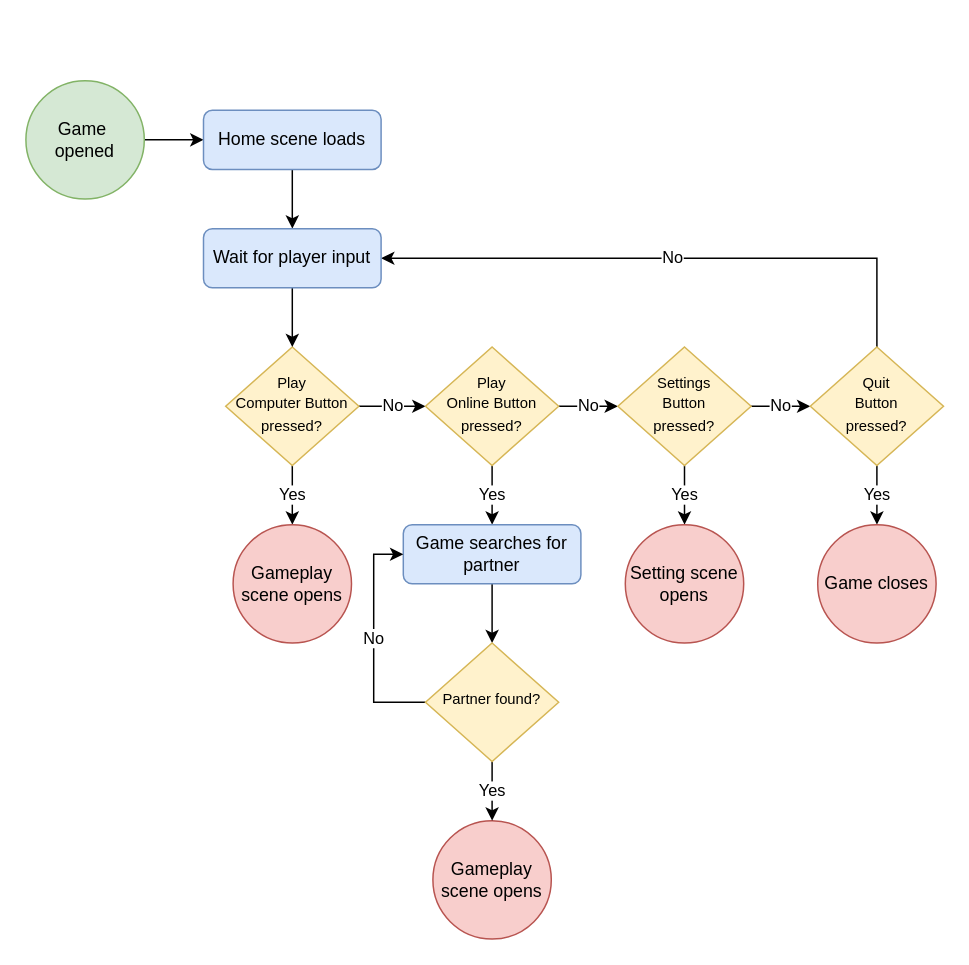
Earlier version of the draw.io diagram FindPlayerScene.drawio (zkturman/TiltaPong). Source tidied: cells renumbered, new cells numbered last; positions are measured from the earlier drawing's top-left corner, leaving out a move shared by most shapes. Both pictures are drawn from the tidied source at 148%, with x=0, y=0 at pixel (25, 80).
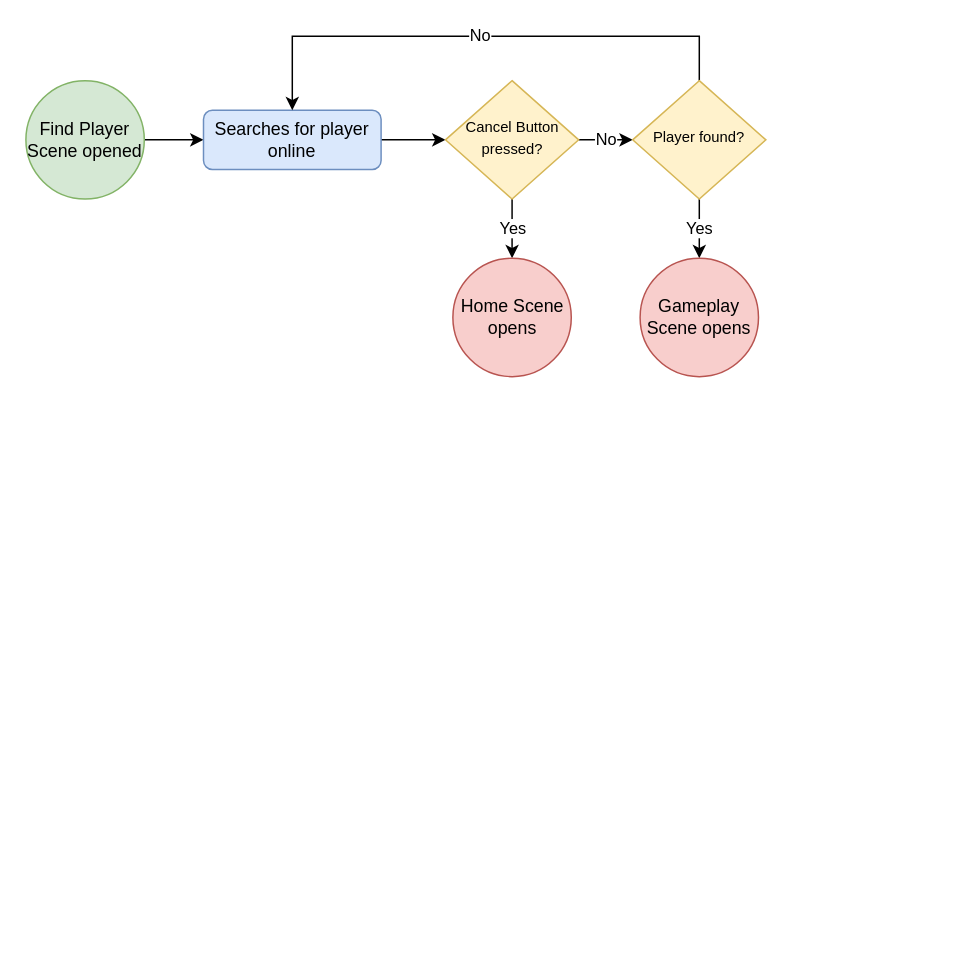
After the change.

Change to the diagram source:
```diff
@@
-    <mxCell id="2" value="No" style="edgeStyle=orthogonalEdgeStyle;rounded=0;jettySize=auto;html=1;exitX=1;exitY=0.5;exitDx=0;exitDy=0;entryX=0;entryY=0.5;entryDx=0;entryDy=0;" parent="1" edge="1" source="4" target="9">
-      <mxGeometry relative="1" as="geometry" />
-    </mxCell>
-    <mxCell id="3" value="Yes" style="edgeStyle=orthogonalEdgeStyle;rounded=0;jettySize=auto;html=1;exitX=0.5;exitY=1;exitDx=0;exitDy=0;entryX=0.5;entryY=0;entryDx=0;entryDy=0;" parent="1" edge="1" source="4" target="26">
-      <mxGeometry relative="1" as="geometry" />
-    </mxCell>
-    <mxCell id="4" value="&lt;font style=&quot;font-size: 10px&quot;&gt;Play &lt;br&gt;Computer Button pressed?&lt;/font&gt;" style="rhombus;whiteSpace=wrap;html=1;shadow=0;fontFamily=Helvetica;fontSize=12;align=center;strokeWidth=1;spacing=6;spacingTop=-4;fillColor=#fff2cc;strokeColor=#d6b656;" parent="1" vertex="1">
-      <mxGeometry x="135" y="180" width="90" height="80" as="geometry" />
-    </mxCell>
@@
-    <mxCell id="6" value="Game&amp;nbsp;&lt;br&gt;opened" style="ellipse;whiteSpace=wrap;html=1;fillColor=#d5e8d4;strokeColor=#82b366;" parent="1" vertex="1">
+    <mxCell id="6" value="Find Player Scene opened" style="ellipse;whiteSpace=wrap;html=1;fillColor=#d5e8d4;strokeColor=#82b366;" parent="1" vertex="1">
       <mxGeometry width="80" height="80" as="geometry" />
     </mxCell>
-    <mxCell id="7" value="No" style="edgeStyle=orthogonalEdgeStyle;rounded=0;jettySize=auto;html=1;exitX=1;exitY=0.5;exitDx=0;exitDy=0;entryX=0;entryY=0.5;entryDx=0;entryDy=0;" parent="1" edge="1" source="9" target="12">
-      <mxGeometry relative="1" as="geometry" />
-    </mxCell>
-    <mxCell id="8" value="Yes" style="edgeStyle=orthogonalEdgeStyle;rounded=0;jettySize=auto;html=1;exitX=0.5;exitY=1;exitDx=0;exitDy=0;" parent="1" edge="1" source="9" target="22">
-      <mxGeometry relative="1" as="geometry" />
-    </mxCell>
-    <mxCell id="9" value="&lt;font style=&quot;font-size: 10px&quot;&gt;Play &lt;br&gt;Online Button pressed?&lt;/font&gt;" style="rhombus;whiteSpace=wrap;html=1;shadow=0;fontFamily=Helvetica;fontSize=12;align=center;strokeWidth=1;spacing=6;spacingTop=-4;fillColor=#fff2cc;strokeColor=#d6b656;" parent="1" vertex="1">
-      <mxGeometry x="270" y="180" width="90" height="80" as="geometry" />
-    </mxCell>
-    <mxCell id="10" value="No" style="edgeStyle=orthogonalEdgeStyle;rounded=0;jettySize=auto;html=1;exitX=1;exitY=0.5;exitDx=0;exitDy=0;entryX=0;entryY=0.5;entryDx=0;entryDy=0;" parent="1" edge="1" source="12" target="15">
-      <mxGeometry relative="1" as="geometry" />
-    </mxCell>
-    <mxCell id="11" value="Yes" style="edgeStyle=orthogonalEdgeStyle;rounded=0;jettySize=auto;html=1;exitX=0.5;exitY=1;exitDx=0;exitDy=0;" parent="1" edge="1" source="12" target="19">
-      <mxGeometry relative="1" as="geometry" />
-    </mxCell>
-    <mxCell id="12" value="&lt;font style=&quot;font-size: 10px&quot;&gt;Settings &lt;br&gt;Button &lt;br&gt;pressed?&lt;/font&gt;" style="rhombus;whiteSpace=wrap;html=1;shadow=0;fontFamily=Helvetica;fontSize=12;align=center;strokeWidth=1;spacing=6;spacingTop=-4;fillColor=#fff2cc;strokeColor=#d6b656;" parent="1" vertex="1">
-      <mxGeometry x="400" y="180" width="90" height="80" as="geometry" />
-    </mxCell>
-    <mxCell id="13" value="No" style="edgeStyle=orthogonalEdgeStyle;rounded=0;jettySize=auto;html=1;exitX=0.5;exitY=0;exitDx=0;exitDy=0;entryX=1;entryY=0.5;entryDx=0;entryDy=0;" parent="1" edge="1" source="15" target="28">
-      <mxGeometry relative="1" as="geometry" />
-    </mxCell>
-    <mxCell id="14" value="Yes" style="edgeStyle=orthogonalEdgeStyle;rounded=0;jettySize=auto;html=1;exitX=0.5;exitY=1;exitDx=0;exitDy=0;" parent="1" edge="1" source="15" target="18">
-      <mxGeometry relative="1" as="geometry" />
-    </mxCell>
-    <mxCell id="15" value="&lt;font style=&quot;font-size: 10px&quot;&gt;Quit&lt;br&gt;Button &lt;br&gt;pressed?&lt;/font&gt;" style="rhombus;whiteSpace=wrap;html=1;shadow=0;fontFamily=Helvetica;fontSize=12;align=center;strokeWidth=1;spacing=6;spacingTop=-4;fillColor=#fff2cc;strokeColor=#d6b656;" parent="1" vertex="1">
-      <mxGeometry x="530" y="180" width="90" height="80" as="geometry" />
-    </mxCell>
-    <mxCell id="16" style="edgeStyle=orthogonalEdgeStyle;rounded=0;jettySize=auto;html=1;exitX=0.5;exitY=1;exitDx=0;exitDy=0;" parent="1" edge="1" source="17" target="28">
-      <mxGeometry relative="1" as="geometry" />
-    </mxCell>
+    <mxCell id="29" style="edgeStyle=orthogonalEdgeStyle;rounded=0;jettySize=auto;html=1;exitX=1;exitY=0.5;exitDx=0;exitDy=0;entryX=0;entryY=0.5;entryDx=0;entryDy=0;" parent="1" edge="1" source="17" target="32">
+      <mxGeometry relative="1" as="geometry" />
+    </mxCell>
-    <mxCell id="17" value="Home scene loads" style="rounded=1;whiteSpace=wrap;html=1;fillColor=#dae8fc;strokeColor=#6c8ebf;" parent="1" vertex="1">
+    <mxCell id="17" value="Searches for player online" style="rounded=1;whiteSpace=wrap;html=1;fillColor=#dae8fc;strokeColor=#6c8ebf;" parent="1" vertex="1">
       <mxGeometry x="120" y="20" width="120" height="40" as="geometry" />
     </mxCell>
-    <mxCell id="18" value="Game closes" style="ellipse;whiteSpace=wrap;html=1;fillColor=#f8cecc;strokeColor=#b85450;" parent="1" vertex="1">
-      <mxGeometry x="535" y="300" width="80" height="80" as="geometry" />
-    </mxCell>
-    <mxCell id="19" value="Setting scene opens" style="ellipse;whiteSpace=wrap;html=1;fillColor=#f8cecc;strokeColor=#b85450;" parent="1" vertex="1">
-      <mxGeometry x="405" y="300" width="80" height="80" as="geometry" />
-    </mxCell>
-    <mxCell id="20" value="Gameplay scene opens" style="ellipse;whiteSpace=wrap;html=1;fillColor=#f8cecc;strokeColor=#b85450;" parent="1" vertex="1">
-      <mxGeometry x="275" y="500" width="80" height="80" as="geometry" />
-    </mxCell>
-    <mxCell id="21" style="edgeStyle=orthogonalEdgeStyle;rounded=0;jettySize=auto;html=1;exitX=0.5;exitY=1;exitDx=0;exitDy=0;entryX=0.5;entryY=0;entryDx=0;entryDy=0;" parent="1" edge="1" source="22" target="25">
-      <mxGeometry relative="1" as="geometry" />
-    </mxCell>
-    <mxCell id="22" value="Game searches for partner" style="rounded=1;whiteSpace=wrap;html=1;fillColor=#dae8fc;strokeColor=#6c8ebf;" parent="1" vertex="1">
-      <mxGeometry x="255" y="300" width="120" height="40" as="geometry" />
-    </mxCell>
-    <mxCell id="23" value="No" style="edgeStyle=orthogonalEdgeStyle;rounded=0;jettySize=auto;html=1;exitX=0;exitY=0.5;exitDx=0;exitDy=0;entryX=0;entryY=0.5;entryDx=0;entryDy=0;" parent="1" edge="1" source="25" target="22">
-      <mxGeometry relative="1" as="geometry" />
-    </mxCell>
-    <mxCell id="24" value="Yes" style="edgeStyle=orthogonalEdgeStyle;rounded=0;jettySize=auto;html=1;exitX=0.5;exitY=1;exitDx=0;exitDy=0;" parent="1" edge="1" source="25" target="20">
-      <mxGeometry relative="1" as="geometry" />
-    </mxCell>
-    <mxCell id="25" value="&lt;span style=&quot;font-size: 10px&quot;&gt;Partner found?&lt;/span&gt;" style="rhombus;whiteSpace=wrap;html=1;shadow=0;fontFamily=Helvetica;fontSize=12;align=center;strokeWidth=1;spacing=6;spacingTop=-4;fillColor=#fff2cc;strokeColor=#d6b656;" parent="1" vertex="1">
-      <mxGeometry x="270" y="380" width="90" height="80" as="geometry" />
-    </mxCell>
-    <mxCell id="26" value="Gameplay scene opens" style="ellipse;whiteSpace=wrap;html=1;fillColor=#f8cecc;strokeColor=#b85450;" parent="1" vertex="1">
-      <mxGeometry x="140" y="300" width="80" height="80" as="geometry" />
-    </mxCell>
-    <mxCell id="27" style="edgeStyle=orthogonalEdgeStyle;rounded=0;jettySize=auto;html=1;exitX=0.5;exitY=1;exitDx=0;exitDy=0;entryX=0.5;entryY=0;entryDx=0;entryDy=0;" parent="1" edge="1" source="28" target="4">
-      <mxGeometry relative="1" as="geometry" />
-    </mxCell>
-    <mxCell id="28" value="Wait for player input" style="rounded=1;whiteSpace=wrap;html=1;fillColor=#dae8fc;strokeColor=#6c8ebf;" parent="1" vertex="1">
-      <mxGeometry x="120" y="100" width="120" height="40" as="geometry" />
-    </mxCell>
+    <mxCell id="30" value="No" style="edgeStyle=orthogonalEdgeStyle;rounded=0;jettySize=auto;html=1;exitX=1;exitY=0.5;exitDx=0;exitDy=0;entryX=0;entryY=0.5;entryDx=0;entryDy=0;" parent="1" edge="1" source="32" target="35">
+      <mxGeometry relative="1" as="geometry" />
+    </mxCell>
+    <mxCell id="31" value="Yes" style="edgeStyle=orthogonalEdgeStyle;rounded=0;jettySize=auto;html=1;exitX=0.5;exitY=1;exitDx=0;exitDy=0;" parent="1" edge="1" source="32" target="36">
+      <mxGeometry relative="1" as="geometry" />
+    </mxCell>
+    <mxCell id="32" value="&lt;span style=&quot;font-size: 10px&quot;&gt;Cancel Button pressed?&lt;/span&gt;" style="rhombus;whiteSpace=wrap;html=1;shadow=0;fontFamily=Helvetica;fontSize=12;align=center;strokeWidth=1;spacing=6;spacingTop=-4;fillColor=#fff2cc;strokeColor=#d6b656;" parent="1" vertex="1">
+      <mxGeometry x="283.5" width="90" height="80" as="geometry" />
+    </mxCell>
+    <mxCell id="33" value="No" style="edgeStyle=orthogonalEdgeStyle;rounded=0;jettySize=auto;html=1;exitX=0.5;exitY=0;exitDx=0;exitDy=0;entryX=0.5;entryY=0;entryDx=0;entryDy=0;" parent="1" edge="1" source="35" target="17">
+      <mxGeometry relative="1" as="geometry">
+        <Array as="points">
+          <mxPoint x="455" y="-30" />
+          <mxPoint x="180" y="-30" />
+        </Array>
+      </mxGeometry>
+    </mxCell>
+    <mxCell id="34" value="Yes" style="edgeStyle=orthogonalEdgeStyle;rounded=0;jettySize=auto;html=1;exitX=0.5;exitY=1;exitDx=0;exitDy=0;" parent="1" edge="1" source="35" target="37">
+      <mxGeometry relative="1" as="geometry" />
+    </mxCell>
+    <mxCell id="35" value="&lt;span style=&quot;font-size: 10px&quot;&gt;Player found?&lt;/span&gt;" style="rhombus;whiteSpace=wrap;html=1;shadow=0;fontFamily=Helvetica;fontSize=12;align=center;strokeWidth=1;spacing=6;spacingTop=-4;fillColor=#fff2cc;strokeColor=#d6b656;" parent="1" vertex="1">
+      <mxGeometry x="410" width="90" height="80" as="geometry" />
+    </mxCell>
+    <mxCell id="36" value="Home Scene opens" style="ellipse;whiteSpace=wrap;html=1;fillColor=#f8cecc;strokeColor=#b85450;" parent="1" vertex="1">
+      <mxGeometry x="288.5" y="120" width="80" height="80" as="geometry" />
+    </mxCell>
+    <mxCell id="37" value="Gameplay Scene opens" style="ellipse;whiteSpace=wrap;html=1;fillColor=#f8cecc;strokeColor=#b85450;" parent="1" vertex="1">
+      <mxGeometry x="415" y="120" width="80" height="80" as="geometry" />
+    </mxCell>
```
